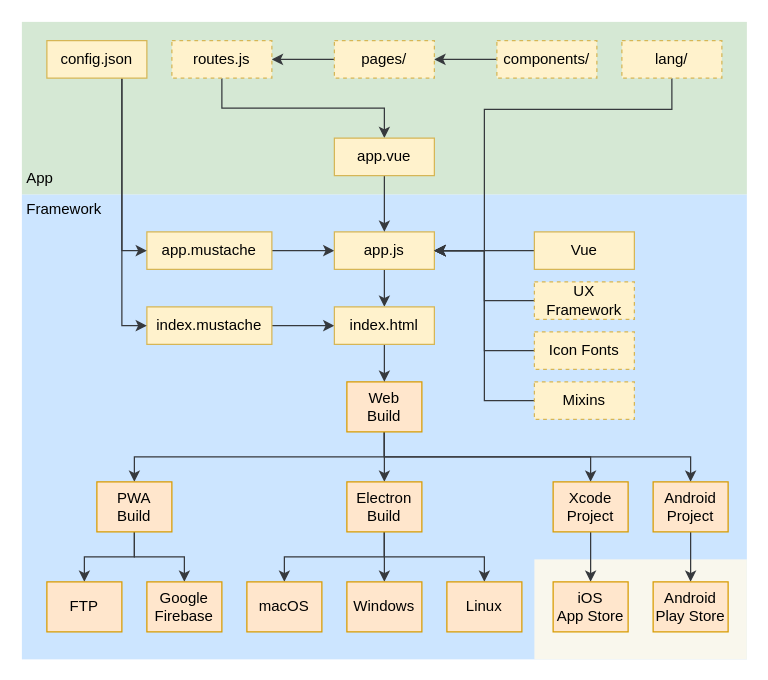
Above: docs/images/buildFlow.drawio in scriptPilot/app-framework (draw.io), before the change. Source tidied: cells renumbered, new cells numbered last; positions are measured from the earlier drawing's top-left corner, leaving out a move shared by most shapes. Both pictures are drawn from the tidied source at 125%, with x=0, y=0 at pixel (21, 21).
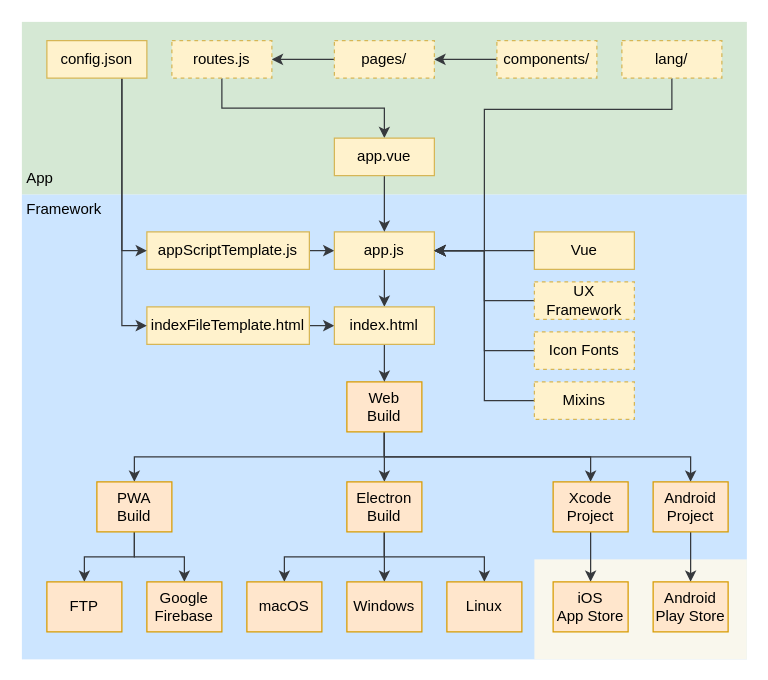
The same page after the edit.

Change to the diagram source:
```diff
@@
-    <mxCell id="17" value="index.mustache" style="rounded=0;whiteSpace=wrap;html=1;fillColor=#fff2cc;strokeColor=#d6b656;" parent="1" vertex="1">
-      <mxGeometry x="100" y="228" width="100" height="30" as="geometry" />
+    <mxCell id="17" value="indexFileTemplate.html" style="rounded=0;whiteSpace=wrap;html=1;fillColor=#fff2cc;strokeColor=#d6b656;" parent="1" vertex="1">
+      <mxGeometry x="100" y="228" width="130" height="30" as="geometry" />
     </mxCell>
@@
-    <mxCell id="19" value="app.mustache" style="rounded=0;whiteSpace=wrap;html=1;fillColor=#fff2cc;strokeColor=#d6b656;" parent="1" vertex="1">
-      <mxGeometry x="100" y="168" width="100" height="30" as="geometry" />
+    <mxCell id="19" value="appScriptTemplate.js" style="rounded=0;whiteSpace=wrap;html=1;fillColor=#fff2cc;strokeColor=#d6b656;" parent="1" vertex="1">
+      <mxGeometry x="100" y="168" width="130" height="30" as="geometry" />
     </mxCell>
```
